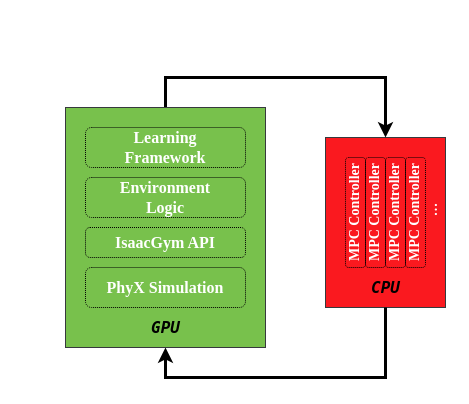
Before: images/training_data_flow.drawio in silvery107/rl-mpc-locomotion, a draw.io diagram. Source tidied: cells renumbered, new cells numbered last; positions are measured from the earlier drawing's top-left corner, leaving out a move shared by most shapes. Both pictures are drawn from the tidied source at 100%, with x=0, y=0 at pixel (65, 77).
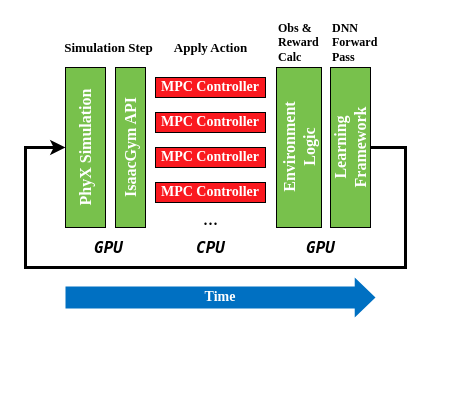
After the change.

What changed in the source:
```diff
@@
-    <mxCell id="2" style="rounded=0;whiteSpace=wrap;html=1;fillColor=#FA191F;fontFamily=Times New Roman;fontSize=13;strokeColor=#36393d;sketch=0;fontColor=#FFFFFF;glass=0;shadow=0;" parent="1" vertex="1">
-      <mxGeometry x="260" y="60" width="120" height="170" as="geometry" />
-    </mxCell>
-    <mxCell id="3" style="edgeStyle=orthogonalEdgeStyle;rounded=0;html=1;startArrow=none;startFill=0;entryX=0.5;entryY=1;entryDx=0;entryDy=0;fontFamily=Times New Roman;fontSize=13;sketch=0;strokeWidth=3;" parent="1" edge="1" source="2" target="5">
-      <mxGeometry relative="1" as="geometry">
-        <Array as="points">
-          <mxPoint x="320" y="300" />
-          <mxPoint x="100" y="300" />
-        </Array>
-      </mxGeometry>
-    </mxCell>
-    <mxCell id="4" style="edgeStyle=orthogonalEdgeStyle;rounded=0;html=1;startArrow=none;startFill=0;entryX=0.5;entryY=0;entryDx=0;entryDy=0;exitX=0.5;exitY=0;exitDx=0;exitDy=0;fontFamily=Times New Roman;fontSize=13;sketch=0;strokeWidth=3;" parent="1" edge="1" source="5" target="2">
-      <mxGeometry relative="1" as="geometry">
-        <Array as="points">
-          <mxPoint x="100" />
-          <mxPoint x="320" />
-        </Array>
-      </mxGeometry>
-    </mxCell>
-    <mxCell id="5" style="rounded=0;whiteSpace=wrap;html=1;fillColor=#78C14C;fontFamily=Times New Roman;fontSize=13;strokeColor=#36393d;sketch=0;fillStyle=auto;" parent="1" vertex="1">
-      <mxGeometry y="30" width="200" height="240" as="geometry" />
-    </mxCell>
-    <mxCell id="6" value="Learning&lt;br style=&quot;font-size: 16px;&quot;&gt;Framework" style="rounded=1;whiteSpace=wrap;html=1;fontFamily=Times New Roman;fontSize=16;fontStyle=1;fillColor=none;strokeWidth=1;dashed=1;dashPattern=1 1;sketch=0;fontColor=#FFFFFF;" parent="1" vertex="1">
-      <mxGeometry x="20" y="50" width="160" height="40" as="geometry" />
+    <mxCell id="6" value="Learning&lt;br style=&quot;font-size: 16px;&quot;&gt;Framework" style="rounded=0;whiteSpace=wrap;html=1;fontFamily=Times New Roman;fontSize=16;fontStyle=1;fillColor=#78C14C;strokeWidth=1;sketch=0;fontColor=#FFFFFF;direction=south;horizontal=0;verticalAlign=middle;align=center;" parent="1" vertex="1">
+      <mxGeometry x="265" y="-10" width="40" height="160" as="geometry" />
     </mxCell>
-    <mxCell id="7" value="Environment&lt;br style=&quot;font-size: 16px;&quot;&gt;Logic" style="rounded=1;whiteSpace=wrap;html=1;fontFamily=Times New Roman;fontSize=16;fontStyle=1;fillColor=none;strokeWidth=1;dashed=1;dashPattern=1 1;sketch=0;fontColor=#FFFFFF;" parent="1" vertex="1">
-      <mxGeometry x="20" y="100" width="160" height="40" as="geometry" />
-    </mxCell>
+    <mxCell id="17" style="edgeStyle=orthogonalEdgeStyle;rounded=0;sketch=0;html=1;entryX=0.5;entryY=1;entryDx=0;entryDy=0;fontColor=#000000;strokeWidth=3;exitX=0.5;exitY=0;exitDx=0;exitDy=0;" parent="1" edge="1" source="6" target="8">
+      <mxGeometry relative="1" as="geometry">
+        <Array as="points">
+          <mxPoint x="340" y="70" />
+          <mxPoint x="340" y="190" />
+          <mxPoint x="-40" y="190" />
+          <mxPoint x="-40" y="70" />
+        </Array>
+      </mxGeometry>
+    </mxCell>
-    <mxCell id="8" value="PhyX Simulation" style="rounded=1;whiteSpace=wrap;html=1;fontFamily=Times New Roman;fontSize=16;fontStyle=1;fillColor=none;strokeWidth=1;dashed=1;dashPattern=1 1;sketch=0;fontColor=#FFFFFF;" parent="1" vertex="1">
-      <mxGeometry x="20" y="190" width="160" height="40" as="geometry" />
+    <mxCell id="8" value="PhyX Simulation" style="rounded=0;whiteSpace=wrap;html=1;fontFamily=Times New Roman;fontSize=16;fontStyle=1;fillColor=#78C14C;strokeWidth=1;sketch=0;fontColor=#FFFFFF;direction=south;horizontal=0;verticalAlign=middle;align=center;" parent="1" vertex="1">
+      <mxGeometry y="-10" width="40" height="160" as="geometry" />
     </mxCell>
-    <mxCell id="9" value="MPC Controller" style="rounded=1;fontFamily=Times New Roman;fontSize=14;direction=east;horizontal=0;labelPosition=center;verticalLabelPosition=middle;align=center;verticalAlign=middle;fontStyle=1;whiteSpace=wrap;html=1;fillColor=none;dashed=1;dashPattern=1 1;sketch=0;fontColor=#FFFFFF;" parent="1" vertex="1">
-      <mxGeometry x="280" y="80" width="20" height="110" as="geometry" />
+    <mxCell id="9" value="MPC Controller" style="rounded=0;fontFamily=Times New Roman;fontSize=14;direction=south;horizontal=1;labelPosition=center;verticalLabelPosition=middle;align=center;verticalAlign=middle;fontStyle=1;whiteSpace=wrap;html=1;fillColor=#FA191F;sketch=0;fontColor=#FFFFFF;" parent="1" vertex="1">
+      <mxGeometry x="90" width="110" height="20" as="geometry" />
     </mxCell>
-    <mxCell id="10" value="IsaacGym API" style="rounded=1;whiteSpace=wrap;html=1;fontFamily=Times New Roman;fontSize=16;fontStyle=1;fillColor=none;strokeWidth=1;dashed=1;dashPattern=1 1;sketch=0;fontColor=#FFFFFF;" parent="1" vertex="1">
-      <mxGeometry x="20" y="150" width="160" height="30" as="geometry" />
+    <mxCell id="10" value="IsaacGym API" style="rounded=0;whiteSpace=wrap;html=1;fontFamily=Times New Roman;fontSize=16;fontStyle=1;fillColor=#78C14C;strokeWidth=1;sketch=0;fontColor=#FFFFFF;direction=south;horizontal=0;verticalAlign=middle;align=center;" parent="1" vertex="1">
+      <mxGeometry x="50" y="-10" width="30" height="160" as="geometry" />
     </mxCell>
     <mxCell id="11" value="GPU" style="text;html=1;align=center;verticalAlign=middle;strokeColor=none;fillColor=none;fontFamily=Lucida Console;fontSize=16;fontStyle=3;horizontal=1;sketch=0;fontColor=#000000;" parent="1" vertex="1">
-      <mxGeometry x="75" y="240" width="50" height="20" as="geometry" />
+      <mxGeometry x="230" y="160" width="50" height="20" as="geometry" />
     </mxCell>
-    <mxCell id="12" value="..." style="text;html=1;align=center;verticalAlign=middle;strokeColor=none;fillColor=none;fontFamily=Times New Roman;fontSize=18;horizontal=0;sketch=0;fontColor=#FFFFFF;" parent="1" vertex="1">
-      <mxGeometry x="346" y="123" width="40" height="20" as="geometry" />
+    <mxCell id="12" value="..." style="text;html=1;align=center;verticalAlign=middle;strokeColor=none;fillColor=none;fontFamily=Times New Roman;fontSize=20;horizontal=1;sketch=0;fontColor=#000000;" parent="1" vertex="1">
+      <mxGeometry x="130" y="125" width="30" height="30" as="geometry" />
     </mxCell>
     <mxCell id="13" value="CPU" style="text;html=1;align=center;verticalAlign=middle;strokeColor=none;fillColor=none;fontFamily=Lucida Console;fontSize=16;fontStyle=3;rounded=0;shadow=0;sketch=0;fontColor=#000000;" parent="1" vertex="1">
-      <mxGeometry x="300" y="200" width="40" height="20" as="geometry" />
+      <mxGeometry x="125" y="160" width="40" height="20" as="geometry" />
     </mxCell>
-    <mxCell id="14" value="MPC Controller" style="rounded=1;fontFamily=Times New Roman;fontSize=14;direction=east;horizontal=0;labelPosition=center;verticalLabelPosition=middle;align=center;verticalAlign=middle;fontStyle=1;whiteSpace=wrap;html=1;fillColor=none;dashed=1;dashPattern=1 1;sketch=0;fontColor=#FFFFFF;" parent="1" vertex="1">
-      <mxGeometry x="300" y="80" width="20" height="110" as="geometry" />
+    <mxCell id="14" value="MPC Controller" style="rounded=0;fontFamily=Times New Roman;fontSize=14;direction=south;horizontal=1;labelPosition=center;verticalLabelPosition=middle;align=center;verticalAlign=middle;fontStyle=1;whiteSpace=wrap;html=1;fillColor=#FA191F;sketch=0;fontColor=#FFFFFF;" parent="1" vertex="1">
+      <mxGeometry x="90" y="35" width="110" height="20" as="geometry" />
     </mxCell>
-    <mxCell id="15" value="MPC Controller" style="rounded=1;fontFamily=Times New Roman;fontSize=14;direction=east;horizontal=0;labelPosition=center;verticalLabelPosition=middle;align=center;verticalAlign=middle;fontStyle=1;whiteSpace=wrap;html=1;fillColor=none;dashed=1;dashPattern=1 1;sketch=0;fontColor=#FFFFFF;" parent="1" vertex="1">
-      <mxGeometry x="320" y="80" width="20" height="110" as="geometry" />
+    <mxCell id="15" value="MPC Controller" style="rounded=0;fontFamily=Times New Roman;fontSize=14;direction=south;horizontal=1;labelPosition=center;verticalLabelPosition=middle;align=center;verticalAlign=middle;fontStyle=1;whiteSpace=wrap;html=1;fillColor=#FA191F;sketch=0;fontColor=#FFFFFF;" parent="1" vertex="1">
+      <mxGeometry x="90" y="70" width="110" height="20" as="geometry" />
     </mxCell>
-    <mxCell id="16" value="MPC Controller" style="rounded=1;fontFamily=Times New Roman;fontSize=14;direction=east;horizontal=0;labelPosition=center;verticalLabelPosition=middle;align=center;verticalAlign=middle;fontStyle=1;whiteSpace=wrap;html=1;fillColor=none;dashed=1;dashPattern=1 1;sketch=0;fontColor=#FFFFFF;" parent="1" vertex="1">
-      <mxGeometry x="340" y="80" width="20" height="110" as="geometry" />
+    <mxCell id="16" value="MPC Controller" style="rounded=0;fontFamily=Times New Roman;fontSize=14;direction=south;horizontal=1;labelPosition=center;verticalLabelPosition=middle;align=center;verticalAlign=middle;fontStyle=1;whiteSpace=wrap;html=1;fillColor=#FA191F;sketch=0;fontColor=#FFFFFF;" parent="1" vertex="1">
+      <mxGeometry x="90" y="105" width="110" height="20" as="geometry" />
     </mxCell>
+    <mxCell id="18" value="GPU" style="text;html=1;align=center;verticalAlign=middle;strokeColor=none;fillColor=none;fontFamily=Lucida Console;fontSize=16;fontStyle=3;horizontal=1;sketch=0;fontColor=#000000;" parent="1" vertex="1">
+      <mxGeometry x="18" y="160" width="50" height="20" as="geometry" />
+    </mxCell>
+    <mxCell id="19" value="Simulation Step" style="text;html=1;align=center;verticalAlign=middle;strokeColor=none;fillColor=none;fontSize=13;fontColor=#000000;fontFamily=Times New Roman;fontStyle=1;" parent="1" vertex="1">
+      <mxGeometry x="-7" y="-40" width="100" height="20" as="geometry" />
+    </mxCell>
+    <mxCell id="20" value="Obs &amp;amp; &lt;br style=&quot;font-size: 12px;&quot;&gt;Reward&lt;br style=&quot;font-size: 12px;&quot;&gt;Calc" style="text;html=1;align=left;verticalAlign=middle;strokeColor=none;fillColor=none;fontSize=12;fontColor=#000000;fontFamily=Times New Roman;fontStyle=1;" parent="1" vertex="1">
+      <mxGeometry x="211" y="-60" width="60" height="50" as="geometry" />
+    </mxCell>
+    <mxCell id="21" value="DNN&lt;br style=&quot;font-size: 12px;&quot;&gt;Forward&lt;br style=&quot;font-size: 12px;&quot;&gt;Pass" style="text;html=1;align=left;verticalAlign=middle;strokeColor=none;fillColor=none;fontSize=12;fontColor=#000000;fontStyle=1;fontFamily=Times New Roman;" parent="1" vertex="1">
+      <mxGeometry x="265" y="-60" width="60" height="50" as="geometry" />
+    </mxCell>
+    <mxCell id="22" value="&lt;span style=&quot;font-weight: 700; font-size: 13px;&quot;&gt;Apply Action&lt;/span&gt;" style="text;html=1;align=center;verticalAlign=middle;strokeColor=none;fillColor=none;fontSize=13;fontFamily=Times New Roman;fontColor=#000000;" parent="1" vertex="1">
+      <mxGeometry x="100" y="-40" width="90" height="20" as="geometry" />
+    </mxCell>
+    <mxCell id="7" value="Environment&lt;br style=&quot;font-size: 16px;&quot;&gt;Logic" style="rounded=0;whiteSpace=wrap;html=1;fontFamily=Times New Roman;fontSize=16;fontStyle=1;fillColor=#78C14C;strokeWidth=1;sketch=0;fontColor=#FFFFFF;direction=south;horizontal=0;verticalAlign=middle;align=center;" parent="1" vertex="1">
+      <mxGeometry x="211" y="-10" width="45" height="160" as="geometry" />
+    </mxCell>
+    <mxCell id="23" value="Time" style="shape=singleArrow;whiteSpace=wrap;html=1;arrowWidth=0.5546172111265112;arrowSize=0.06700560443731308;rounded=0;fontFamily=Times New Roman;fontSize=14;fontStyle=1;fillColor=#0070C2;fontColor=#FFFFFF;strokeColor=none;" parent="1" vertex="1">
+      <mxGeometry y="200" width="310" height="40" as="geometry" />
+    </mxCell>
```
